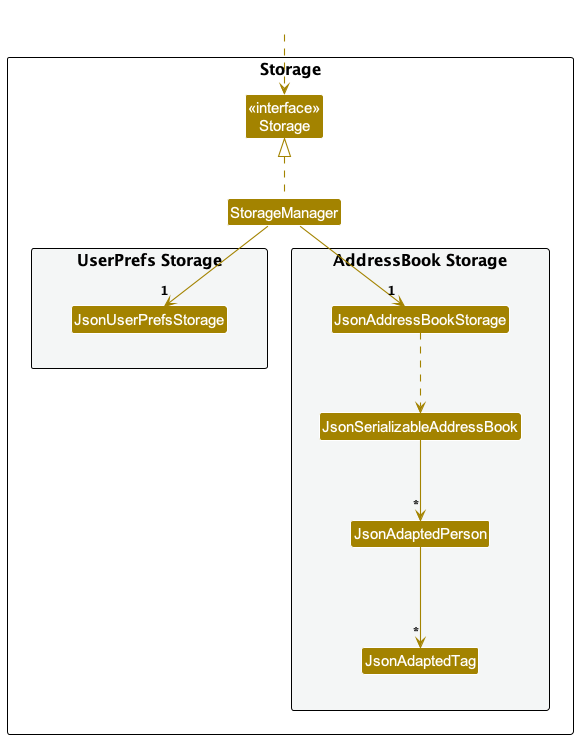
This is docs/images/StorageClassDiagram.png from AY2627S1-CS2103T-T12-4/tp, a PlantUML export, as it was before one commit. Its diagram source:
```plantuml
@startuml
!include style.puml
skinparam arrowThickness 1.1
skinparam arrowColor STORAGE_COLOR
skinparam classBackgroundColor STORAGE_COLOR

package Storage as StoragePackage {

Class "<<interface>>\nStorage" as Storage
Class StorageManager

package "UserPrefs Storage" #F4F6F6{
Class JsonUserPrefsStorage
}

package "AddressBook Storage" #F4F6F6{
Class JsonAddressBookStorage
Class JsonSerializableAddressBook
Class JsonAdaptedPerson
Class JsonAdaptedTag
}

}

Class HiddenOutside #FFFFFF
HiddenOutside ..> Storage

StorageManager .up.|> Storage
StorageManager -down-> "1" JsonUserPrefsStorage
StorageManager -down-> "1" JsonAddressBookStorage

JsonAddressBookStorage ..> JsonSerializableAddressBook
JsonSerializableAddressBook --> "*" JsonAdaptedPerson
JsonAdaptedPerson --> "*" JsonAdaptedTag

@enduml
```
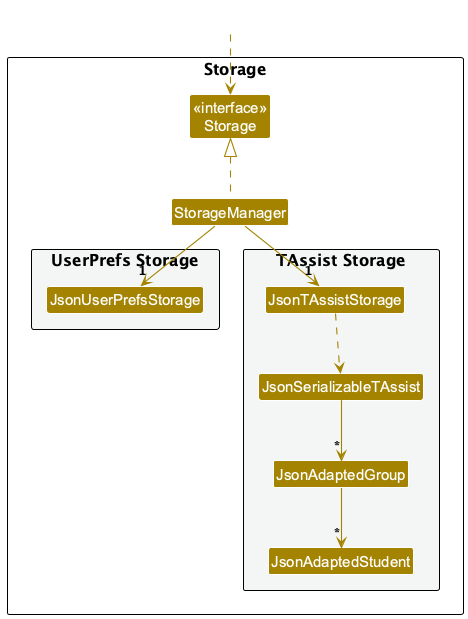
After the commit.

Commit message:
Show TAssist storage in the storage class diagram

The storage class diagram shows AddressBook storage, which Storage no
longer uses.

Let's show the TAssist storage classes in its place.

Diff of the diagram source:
```diff
@@ -13,11 +13,11 @@
 Class JsonUserPrefsStorage
 }
 
-package "AddressBook Storage" #F4F6F6{
-Class JsonAddressBookStorage
-Class JsonSerializableAddressBook
-Class JsonAdaptedPerson
-Class JsonAdaptedTag
+package "TAssist Storage" #F4F6F6{
+Class JsonTAssistStorage
+Class JsonSerializableTAssist
+Class JsonAdaptedGroup
+Class JsonAdaptedStudent
 }
 
 }
@@ -27,10 +27,10 @@
 
 StorageManager .up.|> Storage
 StorageManager -down-> "1" JsonUserPrefsStorage
-StorageManager -down-> "1" JsonAddressBookStorage
+StorageManager -down-> "1" JsonTAssistStorage
 
-JsonAddressBookStorage ..> JsonSerializableAddressBook
-JsonSerializableAddressBook --> "*" JsonAdaptedPerson
-JsonAdaptedPerson --> "*" JsonAdaptedTag
+JsonTAssistStorage ..> JsonSerializableTAssist
+JsonSerializableTAssist --> "*" JsonAdaptedGroup
+JsonAdaptedGroup --> "*" JsonAdaptedStudent
 
 @enduml
```
